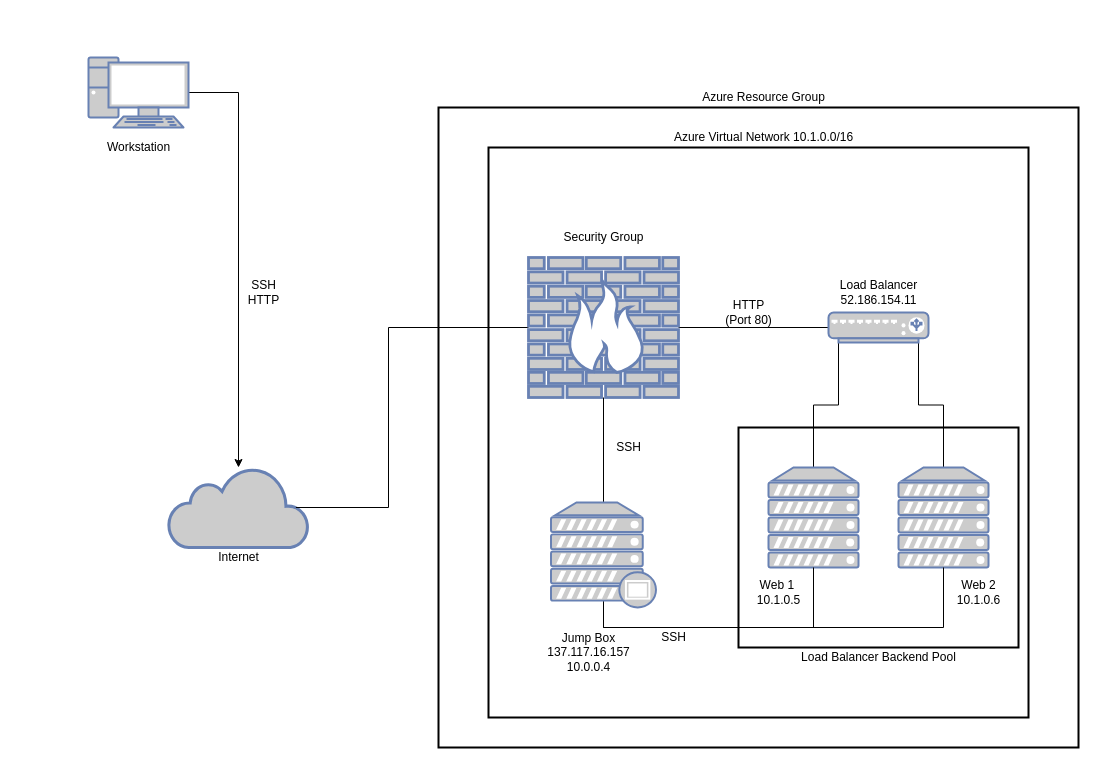
Above: Diagram/Security Diagram.drawio in martinjs209/Cyber-Security-Class-Files (draw.io), before the change. Source tidied: cells renumbered, new cells numbered last; positions are measured from the earlier drawing's top-left corner, leaving out a move shared by most shapes. Both pictures are drawn from the tidied source at 100%, with x=0, y=0 at pixel (88, 57).
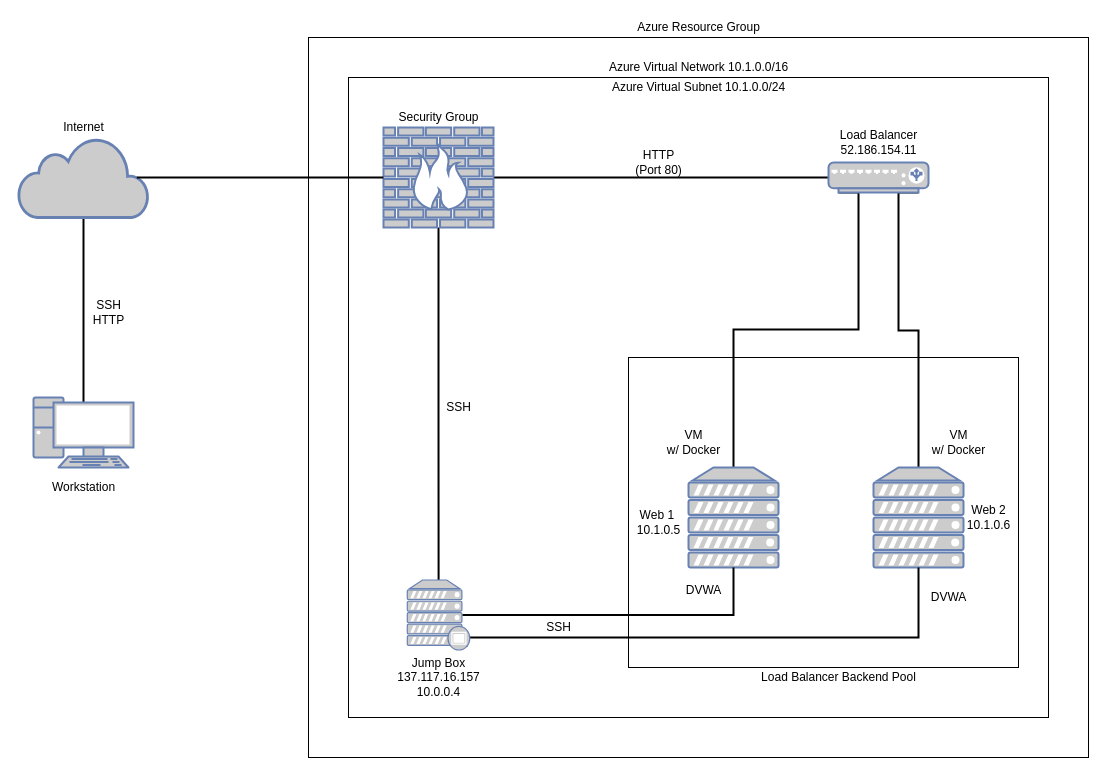
The same page after the edit.

The edit, as a diff of the source:
```diff
@@
-    <mxCell id="2" style="edgeStyle=orthogonalEdgeStyle;rounded=0;jettySize=auto;html=1;exitX=1;exitY=0.5;exitDx=0;exitDy=0;exitPerimeter=0;" parent="1" edge="1" source="3" target="4">
+    <mxCell id="2" style="edgeStyle=orthogonalEdgeStyle;rounded=0;jettySize=auto;html=1;exitX=0.5;exitY=0.07;exitDx=0;exitDy=0;exitPerimeter=0;entryX=0.5;entryY=1;entryDx=0;entryDy=0;entryPerimeter=0;endArrow=none;endFill=0;strokeWidth=2;" parent="1" edge="1" source="3" target="4">
       <mxGeometry relative="1" as="geometry" />
     </mxCell>
     <mxCell id="3" style="fontColor=#0066CC;verticalAlign=top;verticalLabelPosition=bottom;labelPosition=center;align=center;html=1;outlineConnect=0;fillColor=#CCCCCC;strokeColor=#6881B3;gradientColor=none;gradientDirection=north;strokeWidth=2;shape=mxgraph.networks.pc;" parent="1" vertex="1">
-      <mxGeometry width="100" height="70" as="geometry" />
+      <mxGeometry x="-55" y="340" width="100" height="70" as="geometry" />
     </mxCell>
     <mxCell id="4" style="html=1;outlineConnect=0;fillColor=#CCCCCC;strokeColor=#6881B3;gradientColor=none;gradientDirection=north;strokeWidth=2;shape=mxgraph.networks.cloud;fontColor=#ffffff;" parent="1" vertex="1">
-      <mxGeometry x="80" y="410" width="140" height="80" as="geometry" />
+      <mxGeometry x="-70" y="80" width="130" height="80" as="geometry" />
     </mxCell>
-    <mxCell id="5" style="whiteSpace=wrap;html=1;strokeWidth=2;" parent="1" vertex="1">
-      <mxGeometry x="350" y="50" width="640" height="640" as="geometry" />
+    <mxCell id="5" style="whiteSpace=wrap;html=1;strokeWidth=1;" parent="1" vertex="1">
+      <mxGeometry x="220" y="-20" width="780" height="720" as="geometry" />
     </mxCell>
-    <mxCell id="6" style="whiteSpace=wrap;html=1;strokeWidth=2;" parent="1" vertex="1">
-      <mxGeometry x="400" y="90" width="540" height="570" as="geometry" />
+    <mxCell id="6" style="whiteSpace=wrap;html=1;strokeWidth=1;" parent="1" vertex="1">
+      <mxGeometry x="260" y="20" width="700" height="640" as="geometry" />
     </mxCell>
-    <mxCell id="7" style="edgeStyle=orthogonalEdgeStyle;rounded=0;jettySize=auto;html=1;exitX=0.5;exitY=1;exitDx=0;exitDy=0;exitPerimeter=0;endArrow=none;endFill=0;" parent="1" edge="1" source="10" target="18">
+    <mxCell id="7" style="edgeStyle=orthogonalEdgeStyle;rounded=0;jettySize=auto;html=1;exitX=0.5;exitY=1;exitDx=0;exitDy=0;exitPerimeter=0;endArrow=none;endFill=0;strokeWidth=2;" parent="1" edge="1" source="10" target="18">
       <mxGeometry relative="1" as="geometry" />
     </mxCell>
-    <mxCell id="8" style="edgeStyle=orthogonalEdgeStyle;rounded=0;jettySize=auto;html=1;exitX=1;exitY=0.5;exitDx=0;exitDy=0;exitPerimeter=0;entryX=0;entryY=0.5;entryDx=0;entryDy=0;entryPerimeter=0;endArrow=none;endFill=0;" parent="1" edge="1" source="10" target="19">
+    <mxCell id="8" style="edgeStyle=orthogonalEdgeStyle;rounded=0;jettySize=auto;html=1;exitX=1;exitY=0.5;exitDx=0;exitDy=0;exitPerimeter=0;endArrow=none;endFill=0;strokeWidth=2;" parent="1" edge="1" source="10" target="19">
       <mxGeometry relative="1" as="geometry" />
     </mxCell>
-    <mxCell id="9" style="edgeStyle=orthogonalEdgeStyle;rounded=0;jettySize=auto;html=1;exitX=0;exitY=0.5;exitDx=0;exitDy=0;exitPerimeter=0;entryX=0.91;entryY=0.5;entryDx=0;entryDy=0;entryPerimeter=0;endArrow=none;endFill=0;" parent="1" edge="1" source="10" target="4">
-      <mxGeometry relative="1" as="geometry">
-        <Array as="points">
-          <mxPoint x="300" y="270" />
-          <mxPoint x="300" y="450" />
-        </Array>
-      </mxGeometry>
-    </mxCell>
     <mxCell id="10" style="fontColor=#0066CC;verticalAlign=top;verticalLabelPosition=bottom;labelPosition=center;align=center;html=1;outlineConnect=0;fillColor=#CCCCCC;strokeColor=#6881B3;gradientColor=none;gradientDirection=north;strokeWidth=2;shape=mxgraph.networks.firewall;" parent="1" vertex="1">
-      <mxGeometry x="440" y="200" width="150" height="140" as="geometry" />
+      <mxGeometry x="295" y="70" width="110" height="100" as="geometry" />
     </mxCell>
-    <mxCell id="11" style="whiteSpace=wrap;html=1;strokeWidth=2;" parent="1" vertex="1">
-      <mxGeometry x="650" y="370" width="280" height="220" as="geometry" />
+    <mxCell id="11" style="whiteSpace=wrap;html=1;strokeWidth=1;" parent="1" vertex="1">
+      <mxGeometry x="540" y="300" width="390" height="310" as="geometry" />
     </mxCell>
-    <mxCell id="12" style="edgeStyle=orthogonalEdgeStyle;rounded=0;jettySize=auto;html=1;exitX=0.5;exitY=0;exitDx=0;exitDy=0;exitPerimeter=0;entryX=0.9;entryY=1;entryDx=0;entryDy=0;entryPerimeter=0;endArrow=none;endFill=0;" parent="1" edge="1" source="13" target="19">
-      <mxGeometry relative="1" as="geometry" />
+    <mxCell id="12" style="edgeStyle=orthogonalEdgeStyle;rounded=0;jettySize=auto;html=1;exitX=0.5;exitY=0;exitDx=0;exitDy=0;exitPerimeter=0;entryX=0.9;entryY=1;entryDx=0;entryDy=0;entryPerimeter=0;endArrow=none;endFill=0;strokeWidth=2;" parent="1" edge="1" source="13" target="19">
+      <mxGeometry relative="1" as="geometry">
+        <Array as="points">
+          <mxPoint x="830" y="273" />
+          <mxPoint x="810" y="273" />
+          <mxPoint x="810" y="135" />
+        </Array>
+      </mxGeometry>
     </mxCell>
     <mxCell id="13" style="fontColor=#0066CC;verticalAlign=top;verticalLabelPosition=bottom;labelPosition=center;align=center;html=1;outlineConnect=0;fillColor=#CCCCCC;strokeColor=#6881B3;gradientColor=none;gradientDirection=north;strokeWidth=2;shape=mxgraph.networks.server;" parent="1" vertex="1">
-      <mxGeometry x="810" y="410" width="90" height="100" as="geometry" />
+      <mxGeometry x="785" y="410" width="90" height="100" as="geometry" />
     </mxCell>
-    <mxCell id="14" style="edgeStyle=orthogonalEdgeStyle;rounded=0;jettySize=auto;html=1;exitX=0.5;exitY=0;exitDx=0;exitDy=0;exitPerimeter=0;entryX=0.1;entryY=1;entryDx=0;entryDy=0;entryPerimeter=0;endArrow=none;endFill=0;" parent="1" edge="1" source="15" target="19">
-      <mxGeometry relative="1" as="geometry" />
+    <mxCell id="14" style="edgeStyle=orthogonalEdgeStyle;rounded=0;jettySize=auto;html=1;exitX=0.5;exitY=0;exitDx=0;exitDy=0;exitPerimeter=0;entryX=0.1;entryY=1;entryDx=0;entryDy=0;entryPerimeter=0;endArrow=none;endFill=0;strokeWidth=2;" parent="1" edge="1" source="15" target="19">
+      <mxGeometry relative="1" as="geometry">
+        <Array as="points">
+          <mxPoint x="645" y="272" />
+          <mxPoint x="770" y="272" />
+          <mxPoint x="770" y="135" />
+        </Array>
+      </mxGeometry>
     </mxCell>
     <mxCell id="15" style="fontColor=#0066CC;verticalAlign=top;verticalLabelPosition=bottom;labelPosition=center;align=center;html=1;outlineConnect=0;fillColor=#CCCCCC;strokeColor=#6881B3;gradientColor=none;gradientDirection=north;strokeWidth=2;shape=mxgraph.networks.server;" parent="1" vertex="1">
-      <mxGeometry x="680" y="410" width="90" height="100" as="geometry" />
+      <mxGeometry x="600" y="410" width="90" height="100" as="geometry" />
     </mxCell>
-    <mxCell id="16" style="edgeStyle=orthogonalEdgeStyle;rounded=0;jettySize=auto;html=1;exitX=0.5;exitY=0.94;exitDx=0;exitDy=0;exitPerimeter=0;entryX=0.5;entryY=1;entryDx=0;entryDy=0;entryPerimeter=0;endArrow=none;endFill=0;" parent="1" edge="1" source="18" target="15">
-      <mxGeometry relative="1" as="geometry">
-        <Array as="points">
-          <mxPoint x="515" y="570" />
-          <mxPoint x="725" y="570" />
-        </Array>
-      </mxGeometry>
+    <mxCell id="16" style="edgeStyle=orthogonalEdgeStyle;rounded=0;jettySize=auto;html=1;exitX=0.88;exitY=0.5;exitDx=0;exitDy=0;exitPerimeter=0;entryX=0.5;entryY=1;entryDx=0;entryDy=0;entryPerimeter=0;endArrow=none;endFill=0;strokeWidth=2;" parent="1" edge="1" source="18" target="15">
+      <mxGeometry relative="1" as="geometry" />
     </mxCell>
-    <mxCell id="17" style="edgeStyle=orthogonalEdgeStyle;rounded=0;jettySize=auto;html=1;exitX=0.5;exitY=0.94;exitDx=0;exitDy=0;exitPerimeter=0;entryX=0.5;entryY=1;entryDx=0;entryDy=0;entryPerimeter=0;endArrow=none;endFill=0;" parent="1" edge="1" source="18" target="13">
+    <mxCell id="17" style="edgeStyle=orthogonalEdgeStyle;rounded=0;jettySize=auto;html=1;exitX=0.95;exitY=0.95;exitDx=0;exitDy=0;exitPerimeter=0;endArrow=none;endFill=0;strokeWidth=2;" parent="1" edge="1" source="18" target="13">
       <mxGeometry relative="1" as="geometry">
         <Array as="points">
-          <mxPoint x="515" y="570" />
-          <mxPoint x="855" y="570" />
+          <mxPoint x="378" y="580" />
+          <mxPoint x="830" y="580" />
         </Array>
       </mxGeometry>
     </mxCell>
     <mxCell id="18" style="fontColor=#0066CC;verticalAlign=top;verticalLabelPosition=bottom;labelPosition=center;align=center;html=1;outlineConnect=0;fillColor=#CCCCCC;strokeColor=#6881B3;gradientColor=none;gradientDirection=north;strokeWidth=2;shape=mxgraph.networks.proxy_server;" parent="1" vertex="1">
-      <mxGeometry x="462.5" y="445" width="105" height="105" as="geometry" />
+      <mxGeometry x="318.8" y="522.5" width="62.5" height="70" as="geometry" />
     </mxCell>
     <mxCell id="19" style="fontColor=#0066CC;verticalAlign=top;verticalLabelPosition=bottom;labelPosition=center;align=center;html=1;outlineConnect=0;fillColor=#CCCCCC;strokeColor=#6881B3;gradientColor=none;gradientDirection=north;strokeWidth=2;shape=mxgraph.networks.load_balancer;" parent="1" vertex="1">
-      <mxGeometry x="740" y="255" width="100" height="30" as="geometry" />
+      <mxGeometry x="740" y="105" width="100" height="30" as="geometry" />
     </mxCell>
     <mxCell id="20" value="Internet" style="text;html=1;align=center;verticalAlign=middle;fillColor=none;strokeColor=none;rounded=0;" parent="1" vertex="1">
-      <mxGeometry x="120" y="490" width="60" height="20" as="geometry" />
+      <mxGeometry x="-35" y="60" width="60" height="20" as="geometry" />
     </mxCell>
     <mxCell id="21" value="Security Group" style="text;html=1;align=center;verticalAlign=middle;fillColor=none;strokeColor=none;rounded=0;" parent="1" vertex="1">
-      <mxGeometry x="465" y="170" width="100" height="20" as="geometry" />
+      <mxGeometry x="300" y="50" width="100" height="20" as="geometry" />
     </mxCell>
     <mxCell id="22" value="SSH&lt;br&gt;HTTP&lt;br&gt;" style="text;html=1;align=center;verticalAlign=middle;strokeColor=none;fillColor=none;" parent="1" vertex="1">
-      <mxGeometry x="150" y="220" width="50" height="30" as="geometry" />
+      <mxGeometry x="-5" y="240" width="50" height="30" as="geometry" />
     </mxCell>
     <mxCell id="23" value="Azure Resource Group" style="text;html=1;align=center;verticalAlign=middle;strokeColor=none;fillColor=none;" parent="1" vertex="1">
-      <mxGeometry x="605" y="30" width="140" height="20" as="geometry" />
+      <mxGeometry x="540" y="-40" width="140" height="20" as="geometry" />
     </mxCell>
     <mxCell id="24" value="SSH" style="text;html=1;align=center;verticalAlign=middle;strokeColor=none;fillColor=none;" parent="1" vertex="1">
-      <mxGeometry x="520" y="380" width="40" height="20" as="geometry" />
+      <mxGeometry x="350" y="340" width="40" height="20" as="geometry" />
     </mxCell>
     <mxCell id="25" value="HTTP &lt;br&gt;(Port&amp;nbsp;80)" style="text;html=1;align=center;verticalAlign=middle;strokeColor=none;fillColor=none;" parent="1" vertex="1">
-      <mxGeometry x="630" y="240" width="60" height="30" as="geometry" />
+      <mxGeometry x="540" y="90" width="60" height="30" as="geometry" />
     </mxCell>
     <mxCell id="26" value="Azure Virtual Network 10.1.0.0/16" style="text;html=1;align=center;verticalAlign=middle;strokeColor=none;fillColor=none;" parent="1" vertex="1">
-      <mxGeometry x="580" y="70" width="190" height="20" as="geometry" />
+      <mxGeometry x="515" width="190" height="20" as="geometry" />
     </mxCell>
     <mxCell id="27" value="Jump Box&lt;br&gt;137.117.16.157&lt;br&gt;10.0.0.4" style="text;html=1;align=center;verticalAlign=middle;strokeColor=none;fillColor=none;" parent="1" vertex="1">
-      <mxGeometry x="450" y="570" width="100" height="50" as="geometry" />
+      <mxGeometry x="300" y="595" width="100" height="50" as="geometry" />
     </mxCell>
     <mxCell id="28" value="Web 1&amp;nbsp;&lt;br&gt;10.1.0.5" style="text;html=1;align=center;verticalAlign=middle;strokeColor=none;fillColor=none;" parent="1" vertex="1">
-      <mxGeometry x="660" y="520" width="60" height="30" as="geometry" />
+      <mxGeometry x="540" y="450" width="60" height="30" as="geometry" />
     </mxCell>
     <mxCell id="29" value="Web 2&lt;br&gt;10.1.0.6&lt;br&gt;" style="text;html=1;align=center;verticalAlign=middle;strokeColor=none;fillColor=none;" parent="1" vertex="1">
-      <mxGeometry x="860" y="520" width="60" height="30" as="geometry" />
+      <mxGeometry x="870" y="445" width="60" height="30" as="geometry" />
     </mxCell>
     <mxCell id="30" value="Workstation" style="text;html=1;align=center;verticalAlign=middle;strokeColor=none;fillColor=none;" parent="1" vertex="1">
-      <mxGeometry x="10" y="80" width="80" height="20" as="geometry" />
+      <mxGeometry x="-45" y="420" width="80" height="20" as="geometry" />
     </mxCell>
     <mxCell id="31" value="Load Balancer&lt;br&gt;52.186.154.11" style="text;html=1;align=center;verticalAlign=middle;strokeColor=none;fillColor=none;" parent="1" vertex="1">
-      <mxGeometry x="745" y="220" width="90" height="30" as="geometry" />
+      <mxGeometry x="745" y="70" width="90" height="30" as="geometry" />
     </mxCell>
     <mxCell id="32" value="Load Balancer Backend Pool" style="text;html=1;align=center;verticalAlign=middle;strokeColor=none;fillColor=none;" parent="1" vertex="1">
-      <mxGeometry x="705" y="590" width="170" height="20" as="geometry" />
+      <mxGeometry x="665" y="610" width="170" height="20" as="geometry" />
     </mxCell>
     <mxCell id="33" value="SSH" style="text;html=1;align=center;verticalAlign=middle;strokeColor=none;fillColor=none;" parent="1" vertex="1">
-      <mxGeometry x="565" y="570" width="40" height="20" as="geometry" />
+      <mxGeometry x="450" y="560" width="40" height="20" as="geometry" />
     </mxCell>
+    <mxCell id="34" value="Azure Virtual Subnet 10.1.0.0/24" style="text;html=1;align=center;verticalAlign=middle;strokeColor=none;fillColor=none;" parent="1" vertex="1">
+      <mxGeometry x="515" y="20" width="190" height="20" as="geometry" />
+    </mxCell>
+    <mxCell id="35" style="edgeStyle=orthogonalEdgeStyle;rounded=0;jettySize=auto;html=1;exitX=0.91;exitY=0.5;exitDx=0;exitDy=0;exitPerimeter=0;endArrow=none;endFill=0;strokeWidth=2;" parent="1" edge="1" source="4" target="10">
+      <mxGeometry relative="1" as="geometry" />
+    </mxCell>
+    <mxCell id="36" value="VM &lt;br&gt;w/ Docker" style="text;html=1;align=center;verticalAlign=middle;strokeColor=none;fillColor=none;" parent="1" vertex="1">
+      <mxGeometry x="570" y="370" width="70" height="30" as="geometry" />
+    </mxCell>
+    <mxCell id="37" value="DVWA" style="text;html=1;align=center;verticalAlign=middle;strokeColor=none;fillColor=none;" parent="1" vertex="1">
+      <mxGeometry x="590" y="522.5" width="50" height="20" as="geometry" />
+    </mxCell>
+    <mxCell id="38" value="DVWA" style="text;html=1;align=center;verticalAlign=middle;strokeColor=none;fillColor=none;" parent="1" vertex="1">
+      <mxGeometry x="835" y="530" width="50" height="20" as="geometry" />
+    </mxCell>
+    <mxCell id="39" value="VM &lt;br&gt;w/ Docker" style="text;html=1;align=center;verticalAlign=middle;strokeColor=none;fillColor=none;" parent="1" vertex="1">
+      <mxGeometry x="835" y="370" width="70" height="30" as="geometry" />
+    </mxCell>
```
